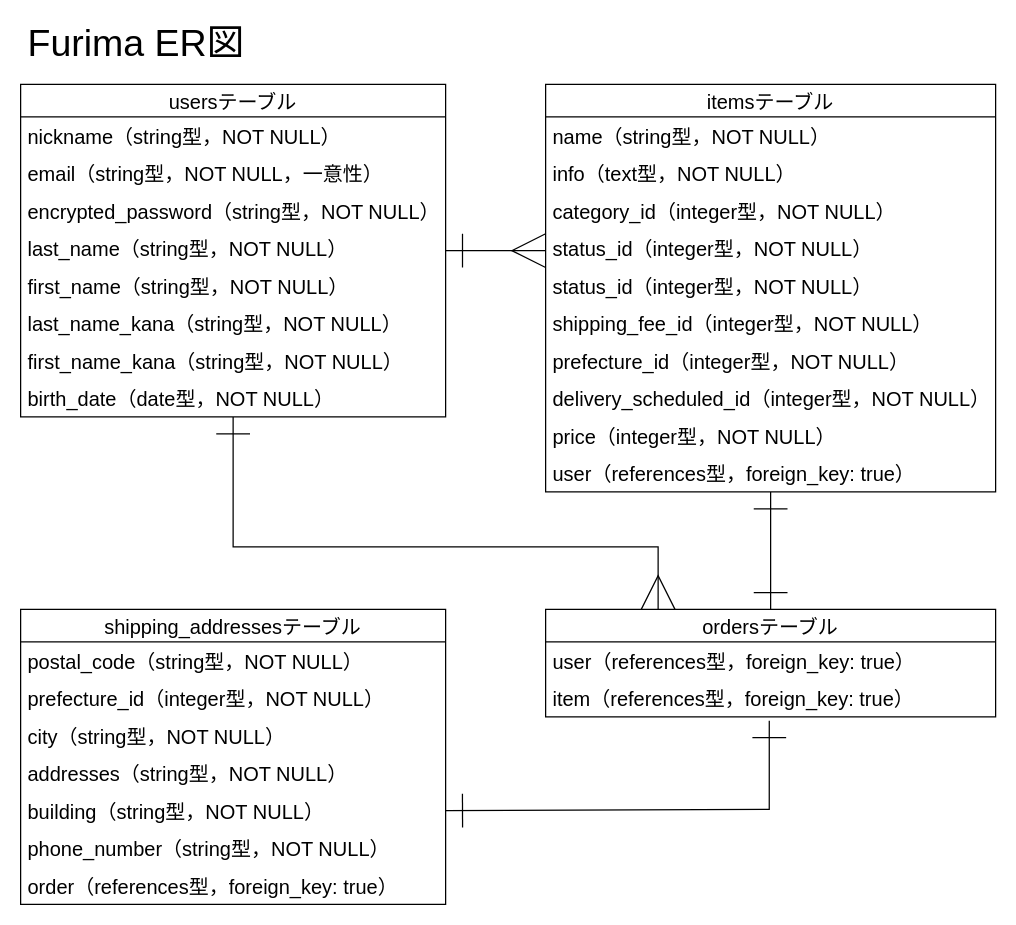
Before: ER.dio in Hammer0369/furima-36243, a draw.io diagram. Source tidied: cells renumbered, new cells numbered last; positions are measured from the earlier drawing's top-left corner, leaving out a move shared by most shapes. Both pictures are drawn from the tidied source at 125%, with x=0, y=0 at pixel (20, 20).
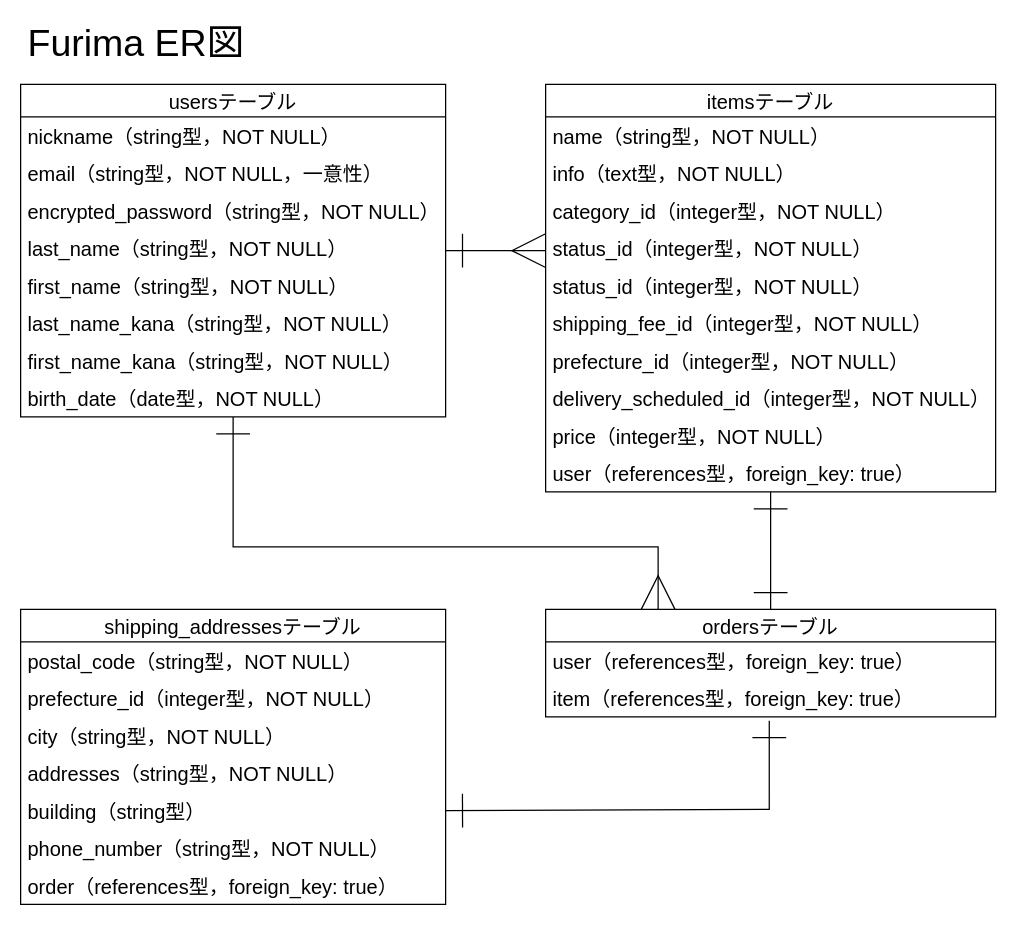
The same diagram, later.

Commit message:
追加修正）データベース設計

The change refers to these unchanged cells:
```xml
<mxCell id="29" value="shipping_addressesテーブル" style="swimlane;fontStyle=0;horizontal=1;startSize=26;align=center;fontSize=16;" parent="1" vertex="1">
  <mxGeometry y="471" width="340" height="236" as="geometry" />
</mxCell>
```

The edit, as a diff of the source:
```diff
@@
-    <mxCell id="34" value="building（string型，NOT NULL）" style="text;strokeColor=none;fillColor=none;spacingLeft=4;spacingRight=4;overflow=hidden;points=[[0,0.5],[1,0.5]];portConstraint=eastwest;fontSize=16;" parent="29" vertex="1">
+    <mxCell id="34" value="building（string型）" style="text;strokeColor=none;fillColor=none;spacingLeft=4;spacingRight=4;overflow=hidden;points=[[0,0.5],[1,0.5]];portConstraint=eastwest;fontSize=16;" parent="29" vertex="1">
       <mxGeometry y="146" width="340" height="30" as="geometry" />
     </mxCell>
```
